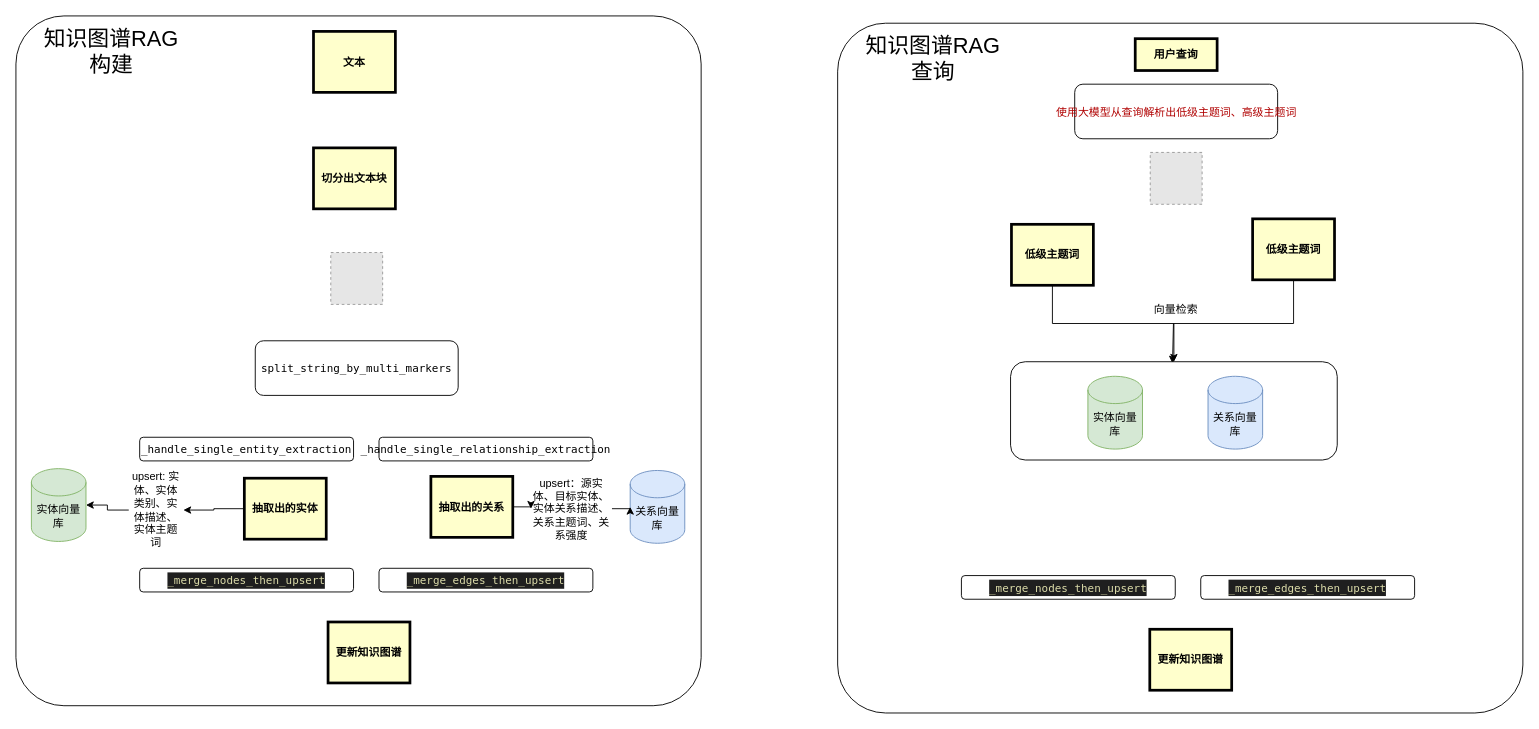
Above: 知识图谱RAG.drawio in liweizhen111/GIt-GitHub_Note (draw.io), before the change. Source tidied: cells renumbered, new cells numbered last; positions are measured from the earlier drawing's top-left corner, leaving out a move shared by most shapes. Both pictures are drawn from the tidied source at 91%, with x=0, y=0 at pixel (15, 15). Pictures stored in the file or linked from it are replaced by grey dashed boxes.
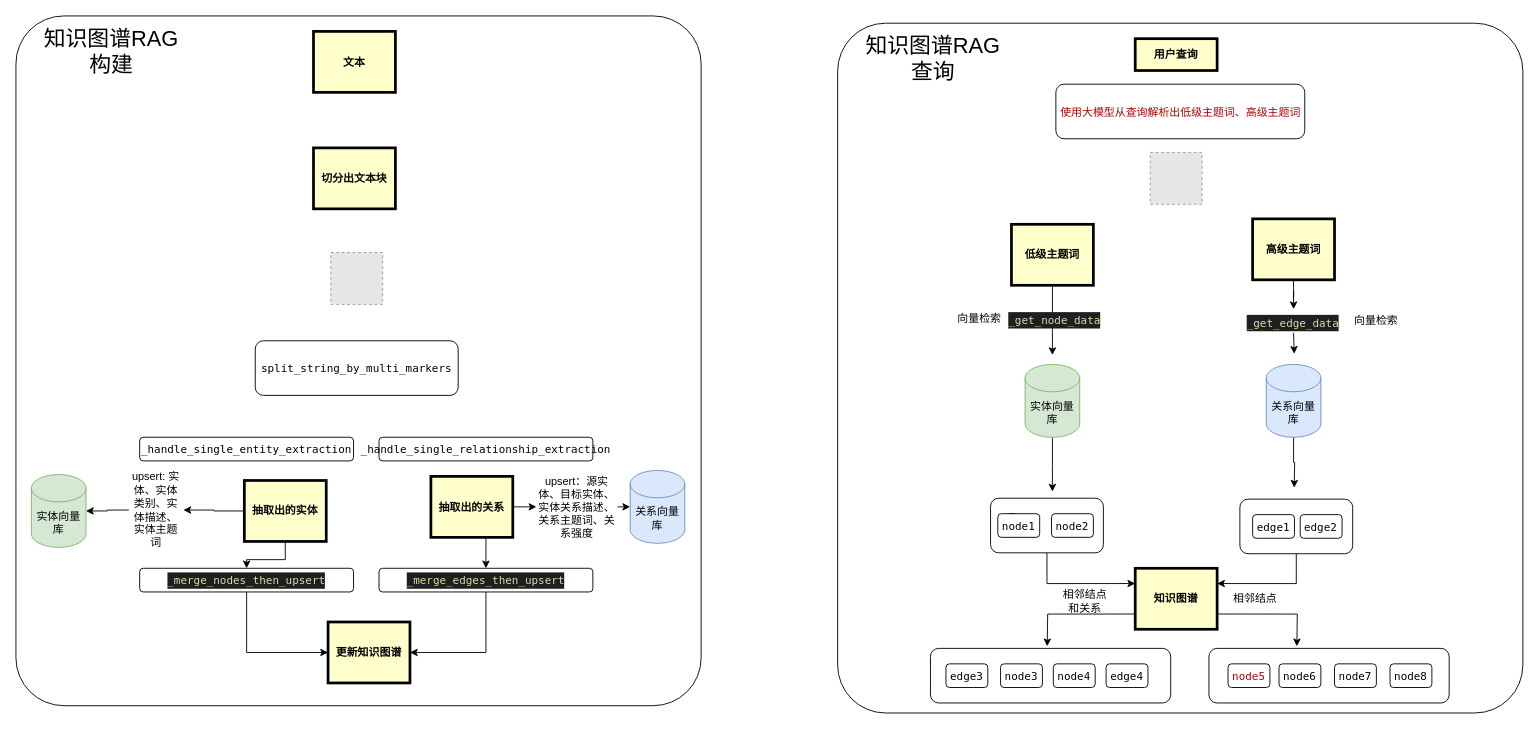
The same diagram, later.

Commit message (it also covers changes not shown here):
更新知识图谱RAG.drawio

The change refers to these unchanged cells:
```xml
<mxCell id="6" value="抽取出的关系" style="whiteSpace=wrap;align=center;verticalAlign=middle;fontStyle=1;strokeWidth=3;fillColor=#FFFFCC;" parent="1" vertex="1">
  <mxGeometry x="456" y="506" width="90" height="67" as="geometry" />
</mxCell>
<mxCell id="7" value="更新知识图谱" style="whiteSpace=wrap;align=center;verticalAlign=middle;fontStyle=1;strokeWidth=3;fillColor=#FFFFCC;" parent="1" vertex="1">
  <mxGeometry x="343" y="666" width="90" height="67" as="geometry" />
</mxCell>
<mxCell id="14" value="&lt;div style=&quot;text-align: start; font-family: Menlo, Monaco, &amp;quot;Courier New&amp;quot;, monospace; line-height: 18px; white-space: pre;&quot;&gt;&lt;div style=&quot;line-height: 18px;&quot;&gt;&lt;div style=&quot;color: rgb(204, 204, 204); background-color: rgb(31, 31, 31); line-height: 18px;&quot;&gt;&lt;span style=&quot;color: rgb(220, 220, 170);&quot;&gt;_merge_nodes_then_upsert&lt;/span&gt;&lt;/div&gt;&lt;/div&gt;&lt;/div&gt;" style="rounded=1;whiteSpace=wrap;html=1;" parent="1" vertex="1">
  <mxGeometry x="136" y="607" width="235" height="26" as="geometry" />
</mxCell>
<mxCell id="15" value="&lt;div style=&quot;text-align: start; font-family: Menlo, Monaco, &amp;quot;Courier New&amp;quot;, monospace; line-height: 18px; white-space: pre;&quot;&gt;&lt;div style=&quot;line-height: 18px;&quot;&gt;&lt;div style=&quot;color: rgb(204, 204, 204); background-color: rgb(31, 31, 31); line-height: 18px;&quot;&gt;&lt;span style=&quot;color: rgb(220, 220, 170);&quot;&gt;_merge_edges_then_upsert&lt;/span&gt;&lt;/div&gt;&lt;/div&gt;&lt;/div&gt;" style="rounded=1;whiteSpace=wrap;html=1;" parent="1" vertex="1">
  <mxGeometry x="399" y="607" width="235" height="26" as="geometry" />
</mxCell>
<mxCell id="22" value="低级主题词" style="whiteSpace=wrap;align=center;verticalAlign=middle;fontStyle=1;strokeWidth=3;fillColor=#FFFFCC;" parent="1" vertex="1">
  <mxGeometry x="1094" y="229" width="90" height="67" as="geometry" />
</mxCell>
<mxCell id="32" value="upsert: 实体、实体类别、实体描述、实体主题词" style="text;html=1;align=center;verticalAlign=middle;whiteSpace=wrap;rounded=0;" parent="1" vertex="1">
  <mxGeometry x="124" y="528" width="60" height="30" as="geometry" />
</mxCell>
```

Change to the diagram source:
```diff
@@
+    <mxCell id="39" style="edgeStyle=orthogonalEdgeStyle;rounded=0;jettySize=auto;html=1;exitX=0.5;exitY=1;exitDx=0;exitDy=0;entryX=0.5;entryY=0;entryDx=0;entryDy=0;" parent="1" edge="1" source="5" target="14">
+      <mxGeometry relative="1" as="geometry" />
+    </mxCell>
+    <mxCell id="31" style="edgeStyle=orthogonalEdgeStyle;rounded=0;jettySize=auto;html=1;exitX=0;exitY=0.5;exitDx=0;exitDy=0;entryX=1;entryY=0.5;entryDx=0;entryDy=0;" parent="1" edge="1" source="5" target="32">
+      <mxGeometry relative="1" as="geometry" />
+    </mxCell>
     <mxCell id="5" value="抽取出的实体" style="whiteSpace=wrap;align=center;verticalAlign=middle;fontStyle=1;strokeWidth=3;fillColor=#FFFFCC;" parent="1" vertex="1">
-      <mxGeometry x="251" y="508" width="90" height="67" as="geometry" />
+      <mxGeometry x="251" y="510.5" width="90" height="67" as="geometry" />
     </mxCell>
+    <mxCell id="40" style="edgeStyle=orthogonalEdgeStyle;rounded=0;jettySize=auto;html=1;exitX=0.5;exitY=1;exitDx=0;exitDy=0;entryX=0.5;entryY=0;entryDx=0;entryDy=0;" parent="1" edge="1" source="6" target="15">
+      <mxGeometry relative="1" as="geometry" />
+    </mxCell>
@@
     <mxCell id="9" value="实体向量库" style="shape=cylinder3;whiteSpace=wrap;html=1;boundedLbl=1;backgroundOutline=1;size=15;fillColor=#d5e8d4;strokeColor=#82b366;" parent="1" vertex="1">
-      <mxGeometry x="17" y="497.5" width="60" height="80" as="geometry" />
+      <mxGeometry x="17" y="504" width="60" height="80" as="geometry" />
     </mxCell>
@@
+    <mxCell id="41" style="edgeStyle=orthogonalEdgeStyle;rounded=0;jettySize=auto;html=1;exitX=0.5;exitY=1;exitDx=0;exitDy=0;entryX=0;entryY=0.5;entryDx=0;entryDy=0;" parent="1" edge="1" source="14" target="7">
+      <mxGeometry relative="1" as="geometry" />
+    </mxCell>
@@
+    <mxCell id="42" style="edgeStyle=orthogonalEdgeStyle;rounded=0;jettySize=auto;html=1;exitX=0.5;exitY=1;exitDx=0;exitDy=0;entryX=1;entryY=0.5;entryDx=0;entryDy=0;" parent="1" edge="1" source="15" target="7">
+      <mxGeometry relative="1" as="geometry" />
+    </mxCell>
@@
-    <mxCell id="16" style="edgeStyle=orthogonalEdgeStyle;rounded=0;jettySize=auto;html=1;exitX=0;exitY=0.5;exitDx=0;exitDy=0;entryX=1;entryY=0.5;entryDx=0;entryDy=0;entryPerimeter=0;" parent="1" edge="1" source="32" target="9">
-      <mxGeometry relative="1" as="geometry" />
-    </mxCell>
@@
-    <mxCell id="21" style="edgeStyle=orthogonalEdgeStyle;rounded=0;jettySize=auto;html=1;exitX=0.5;exitY=1;exitDx=0;exitDy=0;entryX=0.5;entryY=0;entryDx=0;entryDy=0;" parent="1" edge="1" source="22" target="34">
-      <mxGeometry relative="1" as="geometry" />
-    </mxCell>
+    <mxCell id="43" style="edgeStyle=orthogonalEdgeStyle;rounded=0;jettySize=auto;html=1;exitX=0.5;exitY=1;exitDx=0;exitDy=0;" parent="1" edge="1" source="22">
+      <mxGeometry relative="1" as="geometry">
+        <mxPoint x="1139" y="372.7" as="targetPoint" />
+      </mxGeometry>
+    </mxCell>
@@
+    <mxCell id="44" style="edgeStyle=orthogonalEdgeStyle;rounded=0;jettySize=auto;html=1;exitX=0;exitY=0.75;exitDx=0;exitDy=0;" parent="1" edge="1" source="23">
+      <mxGeometry relative="1" as="geometry">
+        <mxPoint x="1133.3" y="692.7" as="targetPoint" />
+      </mxGeometry>
+    </mxCell>
+    <mxCell id="45" style="edgeStyle=orthogonalEdgeStyle;rounded=0;jettySize=auto;html=1;exitX=1;exitY=0.75;exitDx=0;exitDy=0;" parent="1" edge="1" source="23">
+      <mxGeometry relative="1" as="geometry">
+        <mxPoint x="1407.6" y="692.7" as="targetPoint" />
+      </mxGeometry>
+    </mxCell>
-    <mxCell id="23" value="更新知识图谱" style="whiteSpace=wrap;align=center;verticalAlign=middle;fontStyle=1;strokeWidth=3;fillColor=#FFFFCC;" parent="1" vertex="1">
-      <mxGeometry x="1246" y="674" width="90" height="67" as="geometry" />
+    <mxCell id="23" value="知识图谱" style="whiteSpace=wrap;align=center;verticalAlign=middle;fontStyle=1;strokeWidth=3;fillColor=#FFFFCC;" parent="1" vertex="1">
+      <mxGeometry x="1230" y="607" width="90" height="67" as="geometry" />
     </mxCell>
@@
-    <mxCell id="25" value="&lt;div style=&quot;text-align: start; font-family: Menlo, Monaco, &amp;quot;Courier New&amp;quot;, monospace; line-height: 18px; white-space: pre;&quot;&gt;&lt;div style=&quot;line-height: 18px;&quot;&gt;&lt;div style=&quot;color: rgb(204, 204, 204); background-color: rgb(31, 31, 31); line-height: 18px;&quot;&gt;&lt;span style=&quot;color: rgb(220, 220, 170);&quot;&gt;_merge_nodes_then_upsert&lt;/span&gt;&lt;/div&gt;&lt;/div&gt;&lt;/div&gt;" style="rounded=1;whiteSpace=wrap;html=1;" parent="1" vertex="1">
-      <mxGeometry x="1039" y="615" width="235" height="26" as="geometry" />
-    </mxCell>
-    <mxCell id="26" value="&lt;div style=&quot;text-align: start; font-family: Menlo, Monaco, &amp;quot;Courier New&amp;quot;, monospace; line-height: 18px; white-space: pre;&quot;&gt;&lt;div style=&quot;line-height: 18px;&quot;&gt;&lt;div style=&quot;color: rgb(204, 204, 204); background-color: rgb(31, 31, 31); line-height: 18px;&quot;&gt;&lt;span style=&quot;color: rgb(220, 220, 170);&quot;&gt;_merge_edges_then_upsert&lt;/span&gt;&lt;/div&gt;&lt;/div&gt;&lt;/div&gt;" style="rounded=1;whiteSpace=wrap;html=1;" parent="1" vertex="1">
-      <mxGeometry x="1302" y="615" width="235" height="26" as="geometry" />
-    </mxCell>
@@
     <mxCell id="28" value="&lt;div style=&quot;text-align: start; font-family: Menlo, Monaco, &amp;quot;Courier New&amp;quot;, monospace; line-height: 18px; white-space: pre;&quot;&gt;&lt;font color=&quot;#b00000&quot;&gt;&lt;span style=&quot;caret-color: rgb(176, 0, 0);&quot;&gt;使用大模型从查询解析出低级主题词、高级主题词&lt;/span&gt;&lt;/font&gt;&lt;/div&gt;" style="rounded=1;whiteSpace=wrap;html=1;" parent="1" vertex="1">
-      <mxGeometry x="1163.5" y="75" width="223" height="60" as="geometry" />
+      <mxGeometry x="1142.8" y="75" width="273.5" height="60" as="geometry" />
     </mxCell>
-    <mxCell id="29" style="edgeStyle=orthogonalEdgeStyle;rounded=0;jettySize=auto;html=1;exitX=0.5;exitY=1;exitDx=0;exitDy=0;" parent="1" edge="1" source="30">
-      <mxGeometry relative="1" as="geometry">
-        <mxPoint x="1271" y="382" as="targetPoint" />
-        <Array as="points">
-          <mxPoint x="1404" y="338" />
-          <mxPoint x="1272" y="338" />
-          <mxPoint x="1272" y="382" />
-        </Array>
-      </mxGeometry>
-    </mxCell>
+    <mxCell id="46" style="edgeStyle=orthogonalEdgeStyle;rounded=0;jettySize=auto;html=1;exitX=0.5;exitY=1;exitDx=0;exitDy=0;" parent="1" edge="1" source="52">
+      <mxGeometry relative="1" as="geometry">
+        <mxPoint x="1404.7" y="371.3" as="targetPoint" />
+      </mxGeometry>
+    </mxCell>
-    <mxCell id="30" value="低级主题词" style="whiteSpace=wrap;align=center;verticalAlign=middle;fontStyle=1;strokeWidth=3;fillColor=#FFFFCC;" parent="1" vertex="1">
+    <mxCell id="30" value="高级主题词" style="whiteSpace=wrap;align=center;verticalAlign=middle;fontStyle=1;strokeWidth=3;fillColor=#FFFFCC;" parent="1" vertex="1">
       <mxGeometry x="1359" y="223" width="90" height="67" as="geometry" />
     </mxCell>
-    <mxCell id="31" style="edgeStyle=orthogonalEdgeStyle;rounded=0;jettySize=auto;html=1;exitX=0;exitY=0.5;exitDx=0;exitDy=0;entryX=1;entryY=0.5;entryDx=0;entryDy=0;entryPerimeter=0;" parent="1" edge="1" source="5" target="32">
-      <mxGeometry relative="1" as="geometry" />
-    </mxCell>
@@
-    <mxCell id="34" value="&lt;div style=&quot;text-align: start; font-family: Menlo, Monaco, &amp;quot;Courier New&amp;quot;, monospace; line-height: 18px; white-space: pre;&quot;&gt;&lt;br&gt;&lt;/div&gt;" style="rounded=1;whiteSpace=wrap;html=1;" parent="1" vertex="1">
-      <mxGeometry x="1093" y="380" width="359" height="108" as="geometry" />
-    </mxCell>
     <mxCell id="35" value="upsert：源实体、目标实体、实体关系描述、关系主题词、关系强度" style="text;html=1;align=center;verticalAlign=middle;whiteSpace=wrap;rounded=0;" parent="1" vertex="1">
-      <mxGeometry x="566" y="535" width="89" height="13" as="geometry" />
+      <mxGeometry x="572" y="517.5" width="89" height="44" as="geometry" />
     </mxCell>
+    <mxCell id="47" style="edgeStyle=orthogonalEdgeStyle;rounded=0;jettySize=auto;html=1;exitX=0.5;exitY=1;exitDx=0;exitDy=0;exitPerimeter=0;" parent="1" edge="1" source="36">
+      <mxGeometry relative="1" as="geometry">
+        <mxPoint x="1404.7" y="518.4" as="targetPoint" />
+      </mxGeometry>
+    </mxCell>
     <mxCell id="36" value="关系向量库" style="shape=cylinder3;whiteSpace=wrap;html=1;boundedLbl=1;backgroundOutline=1;size=15;fillColor=#dae8fc;strokeColor=#6c8ebf;" parent="1" vertex="1">
-      <mxGeometry x="1310" y="396" width="60" height="80" as="geometry" />
+      <mxGeometry x="1374" y="383" width="60" height="80" as="geometry" />
     </mxCell>
+    <mxCell id="48" style="edgeStyle=orthogonalEdgeStyle;rounded=0;jettySize=auto;html=1;exitX=0.5;exitY=1;exitDx=0;exitDy=0;exitPerimeter=0;" parent="1" edge="1" source="37">
+      <mxGeometry relative="1" as="geometry">
+        <mxPoint x="1139" y="522.7" as="targetPoint" />
+      </mxGeometry>
+    </mxCell>
     <mxCell id="37" value="实体向量库" style="shape=cylinder3;whiteSpace=wrap;html=1;boundedLbl=1;backgroundOutline=1;size=15;fillColor=#d5e8d4;strokeColor=#82b366;" parent="1" vertex="1">
-      <mxGeometry x="1178" y="396" width="60" height="80" as="geometry" />
+      <mxGeometry x="1109" y="383" width="60" height="80" as="geometry" />
     </mxCell>
     <mxCell id="38" value="向量检索" style="text;html=1;align=center;verticalAlign=middle;whiteSpace=wrap;rounded=0;" parent="1" vertex="1">
-      <mxGeometry x="1245" y="308" width="60" height="30" as="geometry" />
+      <mxGeometry x="1028.8" y="318.1" width="60" height="30" as="geometry" />
     </mxCell>
+    <mxCell id="49" style="edgeStyle=orthogonalEdgeStyle;rounded=0;jettySize=auto;html=1;" parent="1" edge="1" source="58" target="57">
+      <mxGeometry relative="1" as="geometry" />
+    </mxCell>
+    <mxCell id="50" value="&lt;div style=&quot;font-style: normal; font-variant-caps: normal; font-weight: normal; letter-spacing: normal; orphans: auto; text-align: start; text-indent: 0px; text-transform: none; widows: auto; word-spacing: 0px; -webkit-text-stroke-width: 0px; text-decoration: none; color: rgb(204, 204, 204); background-color: rgb(31, 31, 31); font-family: Menlo, Monaco, &amp;quot;Courier New&amp;quot;, monospace; font-size: 12px; line-height: 18px; white-space: pre;&quot;&gt;&lt;div&gt;&lt;span style=&quot;color: rgb(220, 220, 170);&quot;&gt;_get_node_data&lt;/span&gt;&lt;/div&gt;&lt;/div&gt;" style="text;whiteSpace=wrap;html=1;" parent="1" vertex="1">
+      <mxGeometry x="1088.8" y="319" width="100.4" height="28.3" as="geometry" />
+    </mxCell>
+    <mxCell id="51" style="edgeStyle=orthogonalEdgeStyle;rounded=0;jettySize=auto;html=1;exitX=0.5;exitY=1;exitDx=0;exitDy=0;" parent="1" edge="1" source="30" target="52">
+      <mxGeometry relative="1" as="geometry" />
+    </mxCell>
+    <mxCell id="52" value="&lt;div style=&quot;font-style: normal; font-variant-caps: normal; font-weight: normal; letter-spacing: normal; orphans: auto; text-align: start; text-indent: 0px; text-transform: none; widows: auto; word-spacing: 0px; -webkit-text-stroke-width: 0px; text-decoration: none; color: rgb(204, 204, 204); background-color: rgb(31, 31, 31); font-family: Menlo, Monaco, &amp;quot;Courier New&amp;quot;, monospace; font-size: 12px; line-height: 18px; white-space: pre;&quot;&gt;&lt;div&gt;&lt;span style=&quot;color: rgb(220, 220, 170);&quot;&gt;_get_edge_data&lt;/span&gt;&lt;/div&gt;&lt;/div&gt;" style="text;whiteSpace=wrap;html=1;" parent="1" vertex="1">
+      <mxGeometry x="1350.7" y="322.3" width="106.6" height="25.9" as="geometry" />
+    </mxCell>
+    <mxCell id="53" value="向量检索" style="text;html=1;align=center;verticalAlign=middle;whiteSpace=wrap;rounded=0;" parent="1" vertex="1">
+      <mxGeometry x="1465" y="320.2" width="60" height="30" as="geometry" />
+    </mxCell>
+    <mxCell id="54" style="edgeStyle=orthogonalEdgeStyle;rounded=0;jettySize=auto;html=1;exitX=0.5;exitY=1;exitDx=0;exitDy=0;entryX=0;entryY=0.25;entryDx=0;entryDy=0;" parent="1" edge="1" source="55" target="23">
+      <mxGeometry relative="1" as="geometry" />
+    </mxCell>
+    <mxCell id="55" value="&lt;div style=&quot;text-align: start; font-family: Menlo, Monaco, &amp;quot;Courier New&amp;quot;, monospace; line-height: 18px; white-space: pre;&quot;&gt;&lt;br&gt;&lt;/div&gt;" style="rounded=1;whiteSpace=wrap;html=1;" parent="1" vertex="1">
+      <mxGeometry x="1071" y="530" width="124" height="60" as="geometry" />
+    </mxCell>
+    <mxCell id="56" style="edgeStyle=orthogonalEdgeStyle;rounded=0;orthogonalLoop=1;jettySize=auto;html=1;exitX=0.25;exitY=0;exitDx=0;exitDy=0;entryX=0.404;entryY=0.385;entryDx=0;entryDy=0;entryPerimeter=0;" parent="1" edge="1" source="57" target="57">
+      <mxGeometry relative="1" as="geometry" />
+    </mxCell>
+    <mxCell id="57" value="&lt;div style=&quot;text-align: start; font-family: Menlo, Monaco, &amp;quot;Courier New&amp;quot;, monospace; line-height: 18px; white-space: pre;&quot;&gt;&lt;div style=&quot;line-height: 18px;&quot;&gt;&lt;span style=&quot;color: rgb(0, 0, 0);&quot;&gt;node1&lt;/span&gt;&lt;/div&gt;&lt;/div&gt;" style="rounded=1;whiteSpace=wrap;html=1;" parent="1" vertex="1">
+      <mxGeometry x="1079" y="547" width="46" height="26" as="geometry" />
+    </mxCell>
+    <mxCell id="58" value="&lt;div style=&quot;text-align: start; font-family: Menlo, Monaco, &amp;quot;Courier New&amp;quot;, monospace; line-height: 18px; white-space: pre;&quot;&gt;&lt;div style=&quot;line-height: 18px;&quot;&gt;&lt;span style=&quot;color: rgb(0, 0, 0);&quot;&gt;node2&lt;/span&gt;&lt;/div&gt;&lt;/div&gt;" style="rounded=1;whiteSpace=wrap;html=1;" parent="1" vertex="1">
+      <mxGeometry x="1138" y="547" width="46" height="26" as="geometry" />
+    </mxCell>
+    <mxCell id="59" style="edgeStyle=orthogonalEdgeStyle;rounded=0;jettySize=auto;html=1;exitX=0.5;exitY=1;exitDx=0;exitDy=0;entryX=1;entryY=0.25;entryDx=0;entryDy=0;" parent="1" edge="1" source="60" target="23">
+      <mxGeometry relative="1" as="geometry" />
+    </mxCell>
+    <mxCell id="60" value="&lt;div style=&quot;text-align: start; font-family: Menlo, Monaco, &amp;quot;Courier New&amp;quot;, monospace; line-height: 18px; white-space: pre;&quot;&gt;&lt;br&gt;&lt;/div&gt;" style="rounded=1;whiteSpace=wrap;html=1;" parent="1" vertex="1">
+      <mxGeometry x="1345" y="531" width="124" height="60" as="geometry" />
+    </mxCell>
+    <mxCell id="61" value="&lt;div style=&quot;text-align: start; font-family: Menlo, Monaco, &amp;quot;Courier New&amp;quot;, monospace; line-height: 18px; white-space: pre;&quot;&gt;&lt;div style=&quot;line-height: 18px;&quot;&gt;&lt;span style=&quot;color: rgb(0, 0, 0);&quot;&gt;edge1&lt;/span&gt;&lt;/div&gt;&lt;/div&gt;" style="rounded=1;whiteSpace=wrap;html=1;" parent="1" vertex="1">
+      <mxGeometry x="1359" y="548" width="46" height="26" as="geometry" />
+    </mxCell>
+    <mxCell id="62" value="&lt;div style=&quot;text-align: start; font-family: Menlo, Monaco, &amp;quot;Courier New&amp;quot;, monospace; line-height: 18px; white-space: pre;&quot;&gt;&lt;div style=&quot;line-height: 18px;&quot;&gt;&lt;span style=&quot;color: rgb(0, 0, 0);&quot;&gt;edge2&lt;/span&gt;&lt;/div&gt;&lt;/div&gt;" style="rounded=1;whiteSpace=wrap;html=1;" parent="1" vertex="1">
+      <mxGeometry x="1411.3" y="548" width="46" height="26" as="geometry" />
+    </mxCell>
+    <mxCell id="63" value="&lt;div style=&quot;text-align: start; font-family: Menlo, Monaco, &amp;quot;Courier New&amp;quot;, monospace; line-height: 18px; white-space: pre;&quot;&gt;&lt;br&gt;&lt;/div&gt;" style="rounded=1;whiteSpace=wrap;html=1;" parent="1" vertex="1">
+      <mxGeometry x="1005" y="695" width="264" height="60" as="geometry" />
+    </mxCell>
+    <mxCell id="64" value="&lt;div style=&quot;text-align: start; font-family: Menlo, Monaco, &amp;quot;Courier New&amp;quot;, monospace; line-height: 18px; white-space: pre;&quot;&gt;&lt;div style=&quot;line-height: 18px;&quot;&gt;&lt;span style=&quot;color: rgb(0, 0, 0);&quot;&gt;node3&lt;/span&gt;&lt;/div&gt;&lt;/div&gt;" style="rounded=1;whiteSpace=wrap;html=1;" parent="1" vertex="1">
+      <mxGeometry x="1082" y="712" width="46" height="26" as="geometry" />
+    </mxCell>
+    <mxCell id="65" value="&lt;div style=&quot;text-align: start; font-family: Menlo, Monaco, &amp;quot;Courier New&amp;quot;, monospace; line-height: 18px; white-space: pre;&quot;&gt;&lt;div style=&quot;line-height: 18px;&quot;&gt;&lt;span style=&quot;color: rgb(0, 0, 0);&quot;&gt;node4&lt;/span&gt;&lt;/div&gt;&lt;/div&gt;" style="rounded=1;whiteSpace=wrap;html=1;" parent="1" vertex="1">
+      <mxGeometry x="1140" y="712" width="46" height="26" as="geometry" />
+    </mxCell>
+    <mxCell id="66" value="&lt;div style=&quot;text-align: start; font-family: Menlo, Monaco, &amp;quot;Courier New&amp;quot;, monospace; line-height: 18px; white-space: pre;&quot;&gt;&lt;div style=&quot;line-height: 18px;&quot;&gt;&lt;span style=&quot;color: rgb(0, 0, 0);&quot;&gt;edge3&lt;/span&gt;&lt;/div&gt;&lt;/div&gt;" style="rounded=1;whiteSpace=wrap;html=1;" parent="1" vertex="1">
+      <mxGeometry x="1022" y="712" width="46" height="26" as="geometry" />
+    </mxCell>
+    <mxCell id="67" value="&lt;div style=&quot;text-align: start; font-family: Menlo, Monaco, &amp;quot;Courier New&amp;quot;, monospace; line-height: 18px; white-space: pre;&quot;&gt;&lt;div style=&quot;line-height: 18px;&quot;&gt;&lt;span style=&quot;color: rgb(0, 0, 0);&quot;&gt;edge4&lt;/span&gt;&lt;/div&gt;&lt;/div&gt;" style="rounded=1;whiteSpace=wrap;html=1;" parent="1" vertex="1">
+      <mxGeometry x="1198" y="712" width="46" height="26" as="geometry" />
+    </mxCell>
+    <mxCell id="68" value="&lt;div style=&quot;text-align: start; font-family: Menlo, Monaco, &amp;quot;Courier New&amp;quot;, monospace; line-height: 18px; white-space: pre;&quot;&gt;&lt;br&gt;&lt;/div&gt;" style="rounded=1;whiteSpace=wrap;html=1;" parent="1" vertex="1">
+      <mxGeometry x="1311" y="695" width="264" height="60" as="geometry" />
+    </mxCell>
+    <mxCell id="69" value="&lt;div style=&quot;text-align: start; font-family: Menlo, Monaco, &amp;quot;Courier New&amp;quot;, monospace; line-height: 18px; white-space: pre;&quot;&gt;&lt;div style=&quot;line-height: 18px;&quot;&gt;&lt;font color=&quot;#b00000&quot;&gt;node5&lt;/font&gt;&lt;/div&gt;&lt;/div&gt;" style="rounded=1;whiteSpace=wrap;html=1;" parent="1" vertex="1">
+      <mxGeometry x="1332" y="712" width="46" height="26" as="geometry" />
+    </mxCell>
+    <mxCell id="70" value="&lt;div style=&quot;text-align: start; font-family: Menlo, Monaco, &amp;quot;Courier New&amp;quot;, monospace; line-height: 18px; white-space: pre;&quot;&gt;&lt;div style=&quot;line-height: 18px;&quot;&gt;&lt;span style=&quot;color: rgb(0, 0, 0);&quot;&gt;node6&lt;/span&gt;&lt;/div&gt;&lt;/div&gt;" style="rounded=1;whiteSpace=wrap;html=1;" parent="1" vertex="1">
+      <mxGeometry x="1388" y="712" width="46" height="26" as="geometry" />
+    </mxCell>
+    <mxCell id="71" value="&lt;div style=&quot;text-align: start; font-family: Menlo, Monaco, &amp;quot;Courier New&amp;quot;, monospace; line-height: 18px; white-space: pre;&quot;&gt;&lt;div style=&quot;line-height: 18px;&quot;&gt;&lt;span style=&quot;color: rgb(0, 0, 0);&quot;&gt;node7&lt;/span&gt;&lt;/div&gt;&lt;/div&gt;" style="rounded=1;whiteSpace=wrap;html=1;" parent="1" vertex="1">
+      <mxGeometry x="1449" y="712" width="46" height="26" as="geometry" />
+    </mxCell>
+    <mxCell id="72" value="&lt;div style=&quot;text-align: start; font-family: Menlo, Monaco, &amp;quot;Courier New&amp;quot;, monospace; line-height: 18px; white-space: pre;&quot;&gt;&lt;div style=&quot;line-height: 18px;&quot;&gt;&lt;span style=&quot;color: rgb(0, 0, 0);&quot;&gt;node8&lt;/span&gt;&lt;/div&gt;&lt;/div&gt;" style="rounded=1;whiteSpace=wrap;html=1;" parent="1" vertex="1">
+      <mxGeometry x="1510" y="712" width="46" height="26" as="geometry" />
+    </mxCell>
+    <mxCell id="73" value="相邻结点和关系" style="text;html=1;align=center;verticalAlign=middle;whiteSpace=wrap;rounded=0;" parent="1" vertex="1">
+      <mxGeometry x="1145" y="628" width="60" height="30" as="geometry" />
+    </mxCell>
+    <mxCell id="74" value="相邻结点" style="text;html=1;align=center;verticalAlign=middle;whiteSpace=wrap;rounded=0;" parent="1" vertex="1">
+      <mxGeometry x="1332" y="625.5" width="60" height="30" as="geometry" />
+    </mxCell>
+    <mxCell id="16" style="edgeStyle=orthogonalEdgeStyle;rounded=0;jettySize=auto;html=1;exitX=0;exitY=0.5;exitDx=0;exitDy=0;entryX=1;entryY=0.5;entryDx=0;entryDy=0;entryPerimeter=0;" parent="1" edge="1" source="32" target="9">
+      <mxGeometry relative="1" as="geometry" />
+    </mxCell>
```
